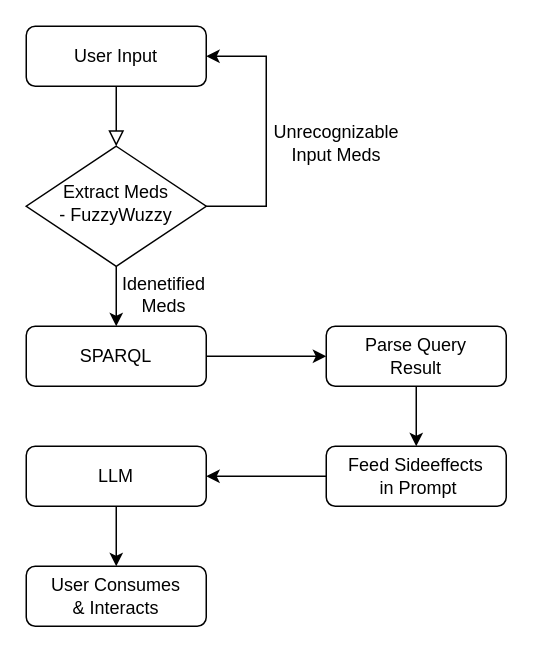
The draw.io diagram workflow.drawio in mosmar99/PRISM, before the edit. Source tidied: cells renumbered, new cells numbered last; positions are measured from the earlier drawing's top-left corner, leaving out a move shared by most shapes. Both pictures are drawn from the tidied source at 150%, with x=0, y=0 at pixel (26, 26).
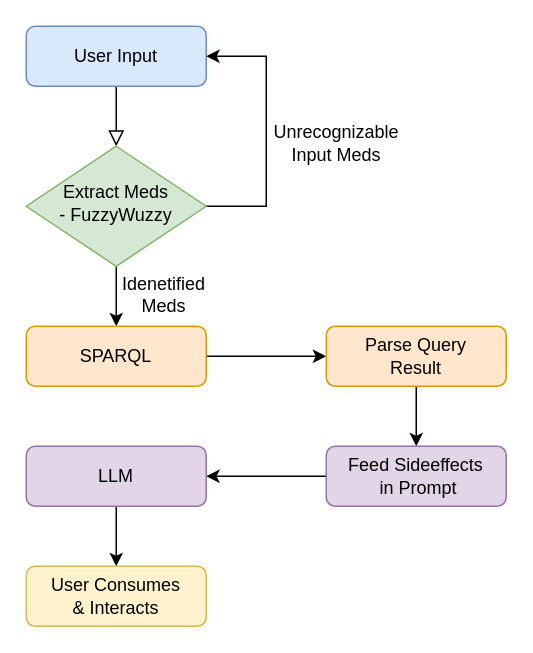
Above is the later version.

The edit, as a diff of the source:
```diff
@@
 <mxGraphModel>
   <root>
     <mxCell id="0" />
     <mxCell id="1" parent="0" />
     <mxCell id="2" style="rounded=0;html=1;jettySize=auto;fontSize=11;endArrow=block;endFill=0;endSize=8;strokeWidth=1;shadow=0;labelBackgroundColor=none;edgeStyle=orthogonalEdgeStyle;" parent="1" edge="1" source="3" target="6">
       <mxGeometry relative="1" as="geometry" />
     </mxCell>
-    <mxCell id="3" value="User Input" style="rounded=1;whiteSpace=wrap;html=1;fontSize=12;glass=0;strokeWidth=1;shadow=0;" parent="1" vertex="1">
+    <mxCell id="3" value="User Input" style="rounded=1;whiteSpace=wrap;html=1;fontSize=12;glass=0;strokeWidth=1;shadow=0;fillColor=#dae8fc;strokeColor=#6c8ebf;" parent="1" vertex="1">
       <mxGeometry width="120" height="40" as="geometry" />
     </mxCell>
     <mxCell id="4" style="edgeStyle=orthogonalEdgeStyle;rounded=0;jettySize=auto;html=1;entryX=1;entryY=0.5;entryDx=0;entryDy=0;" parent="1" edge="1" source="6" target="3">
       <mxGeometry relative="1" as="geometry">
         <Array as="points">
           <mxPoint x="160" y="120" />
           <mxPoint x="160" y="20" />
         </Array>
       </mxGeometry>
     </mxCell>
     <mxCell id="5" style="edgeStyle=orthogonalEdgeStyle;rounded=0;jettySize=auto;html=1;entryX=0.5;entryY=0;entryDx=0;entryDy=0;" parent="1" edge="1" source="6" target="8">
       <mxGeometry relative="1" as="geometry" />
     </mxCell>
-    <mxCell id="6" value="Extract Meds&lt;br&gt;- FuzzyWuzzy" style="rhombus;whiteSpace=wrap;html=1;shadow=0;fontFamily=Helvetica;fontSize=12;align=center;strokeWidth=1;spacing=6;spacingTop=-4;" parent="1" vertex="1">
+    <mxCell id="6" value="Extract Meds&lt;br&gt;- FuzzyWuzzy" style="rhombus;whiteSpace=wrap;html=1;shadow=0;fontFamily=Helvetica;fontSize=12;align=center;strokeWidth=1;spacing=6;spacingTop=-4;fillColor=#d5e8d4;strokeColor=#82b366;" parent="1" vertex="1">
       <mxGeometry y="80" width="120" height="80" as="geometry" />
     </mxCell>
     <mxCell id="7" style="edgeStyle=orthogonalEdgeStyle;rounded=0;jettySize=auto;html=1;entryX=0;entryY=0.5;entryDx=0;entryDy=0;" parent="1" edge="1" source="8" target="12">
       <mxGeometry relative="1" as="geometry" />
     </mxCell>
-    <mxCell id="8" value="SPARQL" style="rounded=1;whiteSpace=wrap;html=1;fontSize=12;glass=0;strokeWidth=1;shadow=0;" parent="1" vertex="1">
+    <mxCell id="8" value="SPARQL" style="rounded=1;whiteSpace=wrap;html=1;fontSize=12;glass=0;strokeWidth=1;shadow=0;fillColor=#ffe6cc;strokeColor=#d79b00;" parent="1" vertex="1">
       <mxGeometry y="200" width="120" height="40" as="geometry" />
     </mxCell>
     <mxCell id="9" value="Unrecognizable&lt;br&gt;Input Meds" style="text;html=1;strokeColor=none;fillColor=none;align=center;verticalAlign=middle;whiteSpace=wrap;rounded=0;" parent="1" vertex="1">
       <mxGeometry x="152" y="53" width="110" height="50" as="geometry" />
     </mxCell>
     <mxCell id="10" value="Idenetified &lt;br&gt;Meds" style="text;html=1;strokeColor=none;fillColor=none;align=center;verticalAlign=middle;whiteSpace=wrap;rounded=0;" parent="1" vertex="1">
       <mxGeometry x="57" y="154" width="70" height="50" as="geometry" />
     </mxCell>
     <mxCell id="11" style="edgeStyle=orthogonalEdgeStyle;rounded=0;jettySize=auto;html=1;entryX=0.5;entryY=0;entryDx=0;entryDy=0;" parent="1" edge="1" source="12" target="14">
       <mxGeometry relative="1" as="geometry" />
     </mxCell>
-    <mxCell id="12" value="Parse Query&lt;br&gt;Result" style="rounded=1;whiteSpace=wrap;html=1;fontSize=12;glass=0;strokeWidth=1;shadow=0;" parent="1" vertex="1">
+    <mxCell id="12" value="Parse Query&lt;br&gt;Result" style="rounded=1;whiteSpace=wrap;html=1;fontSize=12;glass=0;strokeWidth=1;shadow=0;fillColor=#ffe6cc;strokeColor=#d79b00;" parent="1" vertex="1">
       <mxGeometry x="200" y="200" width="120" height="40" as="geometry" />
     </mxCell>
     <mxCell id="13" style="edgeStyle=orthogonalEdgeStyle;rounded=0;jettySize=auto;html=1;entryX=1;entryY=0.5;entryDx=0;entryDy=0;" parent="1" edge="1" source="14" target="16">
       <mxGeometry relative="1" as="geometry" />
     </mxCell>
-    <mxCell id="14" value="Feed Sideeffects&lt;br&gt;&amp;nbsp;in Prompt" style="rounded=1;whiteSpace=wrap;html=1;fontSize=12;glass=0;strokeWidth=1;shadow=0;" parent="1" vertex="1">
+    <mxCell id="14" value="Feed Sideeffects&lt;br&gt;&amp;nbsp;in Prompt" style="rounded=1;whiteSpace=wrap;html=1;fontSize=12;glass=0;strokeWidth=1;shadow=0;fillColor=#e1d5e7;strokeColor=#9673a6;" parent="1" vertex="1">
       <mxGeometry x="200" y="280" width="120" height="40" as="geometry" />
     </mxCell>
     <mxCell id="15" style="edgeStyle=orthogonalEdgeStyle;rounded=0;jettySize=auto;html=1;entryX=0.5;entryY=0;entryDx=0;entryDy=0;" parent="1" edge="1" source="16" target="17">
       <mxGeometry relative="1" as="geometry" />
     </mxCell>
-    <mxCell id="16" value="LLM" style="rounded=1;whiteSpace=wrap;html=1;fontSize=12;glass=0;strokeWidth=1;shadow=0;" parent="1" vertex="1">
+    <mxCell id="16" value="LLM" style="rounded=1;whiteSpace=wrap;html=1;fontSize=12;glass=0;strokeWidth=1;shadow=0;fillColor=#e1d5e7;strokeColor=#9673a6;" parent="1" vertex="1">
       <mxGeometry y="280" width="120" height="40" as="geometry" />
     </mxCell>
-    <mxCell id="17" value="User Consumes&lt;br&gt;&amp;amp; Interacts" style="rounded=1;whiteSpace=wrap;html=1;fontSize=12;glass=0;strokeWidth=1;shadow=0;" parent="1" vertex="1">
+    <mxCell id="17" value="User Consumes&lt;br&gt;&amp;amp; Interacts" style="rounded=1;whiteSpace=wrap;html=1;fontSize=12;glass=0;strokeWidth=1;shadow=0;fillColor=#fff2cc;strokeColor=#d6b656;" parent="1" vertex="1">
       <mxGeometry y="360" width="120" height="40" as="geometry" />
     </mxCell>
   </root>
 </mxGraphModel>
```
